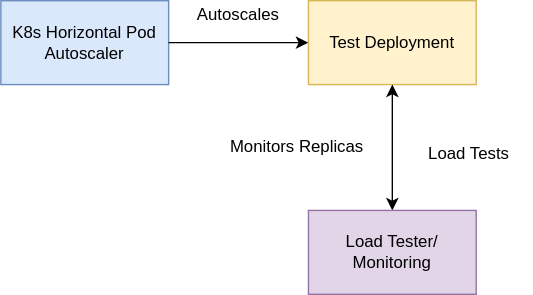
Above: predictive-horizontal-pod-autoscaler/long/diagrams/PHPA_long_experiment_k8s_hpa_design.svg in jthomperoo/custom-pod-autoscaler-experiments (draw.io), before the change. Source tidied: cells renumbered, new cells last; positions are measured from the earlier drawing's top-left corner, leaving out a move shared by most shapes. The source it was exported from:
```xml
<mxGraphModel>
  <root>
    <mxCell id="0" />
    <mxCell id="1" parent="0" />
    <mxCell id="2" value="K8s Horizontal Pod Autoscaler" style="rounded=0;whiteSpace=wrap;html=1;fillColor=#dae8fc;strokeColor=#6c8ebf;" parent="1" vertex="1">
      <mxGeometry width="120" height="60" as="geometry" />
    </mxCell>
    <mxCell id="3" style="edgeStyle=orthogonalEdgeStyle;rounded=0;jettySize=auto;html=1;exitX=0;exitY=0.5;exitDx=0;exitDy=0;entryX=1;entryY=0.5;entryDx=0;entryDy=0;startArrow=classic;startFill=1;endArrow=none;endFill=0;" parent="1" edge="1" source="4" target="2">
      <mxGeometry relative="1" as="geometry" />
    </mxCell>
    <mxCell id="4" value="Test Deployment" style="rounded=0;whiteSpace=wrap;html=1;fillColor=#fff2cc;strokeColor=#d6b656;" parent="1" vertex="1">
      <mxGeometry x="220" width="120" height="60" as="geometry" />
    </mxCell>
    <mxCell id="5" style="edgeStyle=orthogonalEdgeStyle;rounded=0;jettySize=auto;html=1;exitX=0.5;exitY=0;exitDx=0;exitDy=0;entryX=0.5;entryY=1;entryDx=0;entryDy=0;startArrow=classic;startFill=1;" parent="1" edge="1" source="6" target="4">
      <mxGeometry relative="1" as="geometry" />
    </mxCell>
    <mxCell id="6" value="Load Tester/ Monitoring" style="rounded=0;whiteSpace=wrap;html=1;fillColor=#e1d5e7;strokeColor=#9673a6;" parent="1" vertex="1">
      <mxGeometry x="220" y="150" width="120" height="60" as="geometry" />
    </mxCell>
    <mxCell id="7" value="Monitors Replicas" style="text;html=1;strokeColor=none;fillColor=none;align=center;verticalAlign=middle;whiteSpace=wrap;rounded=0;" parent="1" vertex="1">
      <mxGeometry x="150" y="70" width="124" height="70" as="geometry" />
    </mxCell>
    <mxCell id="8" value="Load Tests" style="text;html=1;strokeColor=none;fillColor=none;align=center;verticalAlign=middle;whiteSpace=wrap;rounded=0;" parent="1" vertex="1">
      <mxGeometry x="290" y="85" width="90" height="50" as="geometry" />
    </mxCell>
    <mxCell id="9" value="Autoscales" style="text;html=1;strokeColor=none;fillColor=none;align=center;verticalAlign=middle;whiteSpace=wrap;rounded=0;" parent="1" vertex="1">
      <mxGeometry x="130" width="80" height="20" as="geometry" />
    </mxCell>
  </root>
</mxGraphModel>
```
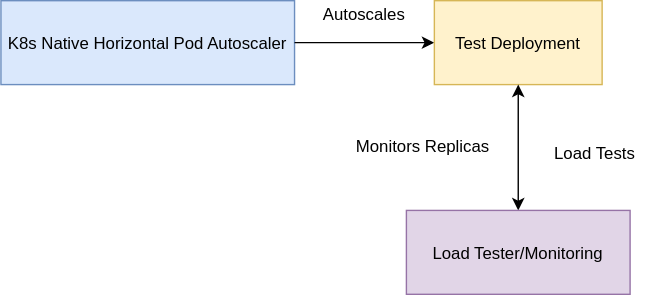
After the change.

Diff of the diagram source:
```diff
@@ -2,20 +2,20 @@
   <root>
     <mxCell id="0" />
     <mxCell id="1" parent="0" />
-    <mxCell id="2" value="K8s Horizontal Pod Autoscaler" style="rounded=0;whiteSpace=wrap;html=1;fillColor=#dae8fc;strokeColor=#6c8ebf;" parent="1" vertex="1">
-      <mxGeometry width="120" height="60" as="geometry" />
+    <mxCell id="2" value="K8s Native Horizontal Pod Autoscaler" style="rounded=0;fillColor=#dae8fc;strokeColor=#6c8ebf;" parent="1" vertex="1">
+      <mxGeometry x="-90" width="210" height="60" as="geometry" />
     </mxCell>
     <mxCell id="3" style="edgeStyle=orthogonalEdgeStyle;rounded=0;jettySize=auto;html=1;exitX=0;exitY=0.5;exitDx=0;exitDy=0;entryX=1;entryY=0.5;entryDx=0;entryDy=0;startArrow=classic;startFill=1;endArrow=none;endFill=0;" parent="1" edge="1" source="4" target="2">
       <mxGeometry relative="1" as="geometry" />
     </mxCell>
-    <mxCell id="4" value="Test Deployment" style="rounded=0;whiteSpace=wrap;html=1;fillColor=#fff2cc;strokeColor=#d6b656;" parent="1" vertex="1">
+    <mxCell id="4" value="Test Deployment" style="rounded=0;fillColor=#fff2cc;strokeColor=#d6b656;" parent="1" vertex="1">
       <mxGeometry x="220" width="120" height="60" as="geometry" />
     </mxCell>
     <mxCell id="5" style="edgeStyle=orthogonalEdgeStyle;rounded=0;jettySize=auto;html=1;exitX=0.5;exitY=0;exitDx=0;exitDy=0;entryX=0.5;entryY=1;entryDx=0;entryDy=0;startArrow=classic;startFill=1;" parent="1" edge="1" source="6" target="4">
       <mxGeometry relative="1" as="geometry" />
     </mxCell>
-    <mxCell id="6" value="Load Tester/ Monitoring" style="rounded=0;whiteSpace=wrap;html=1;fillColor=#e1d5e7;strokeColor=#9673a6;" parent="1" vertex="1">
-      <mxGeometry x="220" y="150" width="120" height="60" as="geometry" />
+    <mxCell id="6" value="Load Tester/Monitoring" style="rounded=0;fillColor=#e1d5e7;strokeColor=#9673a6;" parent="1" vertex="1">
+      <mxGeometry x="200" y="150" width="160" height="60" as="geometry" />
     </mxCell>
     <mxCell id="7" value="Monitors Replicas" style="text;html=1;strokeColor=none;fillColor=none;align=center;verticalAlign=middle;whiteSpace=wrap;rounded=0;" parent="1" vertex="1">
       <mxGeometry x="150" y="70" width="124" height="70" as="geometry" />
```
